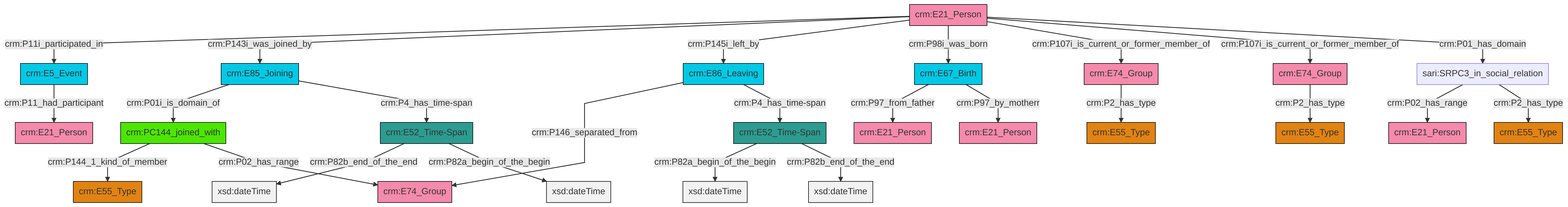
Before: et/personCSV/ttl/mmd/png/Person_Actor_Relations.png, a diagram exported from Mermaid (swiss-art-research-net/docs.swissartresearch). Its source is kept beside it as et/personCSV/ttl/mmd/Person_Actor_Relations.ttl.mmd.
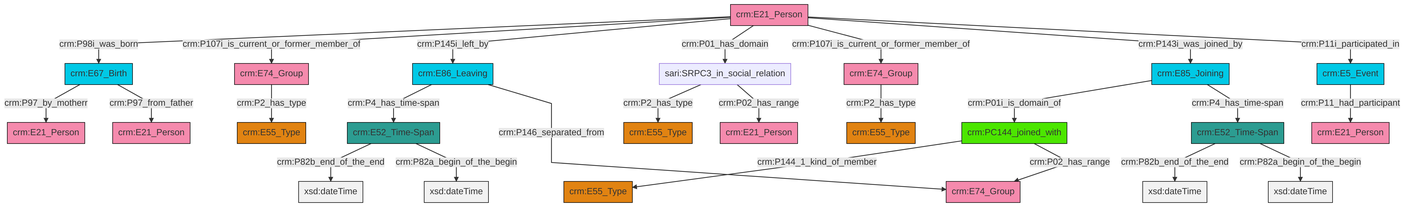
Later version of the same file.

Diff of the diagram source:
```diff
@@ -13,27 +13,27 @@
 classDef PC_Classes fill:#4ce600, stroke:#000000;
 classDef Multi fill:#cccccc,stroke:#000000;
 
-0["crm:E21_Person"]:::Actor -->|crm:P11i_participated_in| 1["crm:E5_Event"]:::Temporal_Entity
-0["crm:E21_Person"]:::Actor -->|crm:P143i_was_joined_by| 6["crm:E85_Joining"]:::Temporal_Entity
-0["crm:E21_Person"]:::Actor -->|crm:P145i_left_by| 7["crm:E86_Leaving"]:::Temporal_Entity
-0["crm:E21_Person"]:::Actor -->|crm:P98i_was_born| 8["crm:E67_Birth"]:::Temporal_Entity
-6["crm:E85_Joining"]:::Temporal_Entity -->|crm:P01i_is_domain_of| 12["crm:PC144_joined_with"]:::PC_Classes
-2["crm:E52_Time-Span"]:::Time-Span -->|crm:P82b_end_of_the_end| 16[xsd:dateTime]:::Literal
-8["crm:E67_Birth"]:::Temporal_Entity -->|crm:P97_from_father| 19["crm:E21_Person"]:::Actor
-25["crm:E74_Group"]:::Actor -->|crm:P2_has_type| 4["crm:E55_Type"]:::Type
-6["crm:E85_Joining"]:::Temporal_Entity -->|crm:P4_has_time-span| 2["crm:E52_Time-Span"]:::Time-Span
-7["crm:E86_Leaving"]:::Temporal_Entity -->|crm:P146_separated_from| 27["crm:E74_Group"]:::Actor
-12["crm:PC144_joined_with"]:::PC_Classes -->|crm:P144_1_kind_of_member| 23["crm:E55_Type"]:::Type
-12["crm:PC144_joined_with"]:::PC_Classes -->|crm:P02_has_range| 27["crm:E74_Group"]:::Actor
-0["crm:E21_Person"]:::Actor -->|crm:P107i_is_current_or_former_member_of| 20["crm:E74_Group"]:::Actor
-35["crm:E52_Time-Span"]:::Time-Span -->|crm:P82a_begin_of_the_begin| 36[xsd:dateTime]:::Literal
-2["crm:E52_Time-Span"]:::Time-Span -->|crm:P82a_begin_of_the_begin| 37[xsd:dateTime]:::Literal
-8["crm:E67_Birth"]:::Temporal_Entity -->|crm:P97_by_motherr| 40["crm:E21_Person"]:::Actor
-0["crm:E21_Person"]:::Actor -->|crm:P107i_is_current_or_former_member_of| 25["crm:E74_Group"]:::Actor
-7["crm:E86_Leaving"]:::Temporal_Entity -->|crm:P4_has_time-span| 35["crm:E52_Time-Span"]:::Time-Span
-35["crm:E52_Time-Span"]:::Time-Span -->|crm:P82b_end_of_the_end| 43[xsd:dateTime]:::Literal
-0["crm:E21_Person"]:::Actor -->|crm:P01_has_domain| 44["sari:SRPC3_in_social_relation"]:::Default
-1["crm:E5_Event"]:::Temporal_Entity -->|crm:P11_had_participant| 10["crm:E21_Person"]:::Actor
-44["sari:SRPC3_in_social_relation"]:::Default -->|crm:P02_has_range| 32["crm:E21_Person"]:::Actor
-44["sari:SRPC3_in_social_relation"]:::Default -->|crm:P2_has_type| 29["crm:E55_Type"]:::Type
-20["crm:E74_Group"]:::Actor -->|crm:P2_has_type| 17["crm:E55_Type"]:::Type
+2["crm:PC144_joined_with"]:::PC_Classes -->|crm:P144_1_kind_of_member| 3["crm:E55_Type"]:::Type
+6["crm:E21_Person"]:::Actor -->|crm:P98i_was_born| 7["crm:E67_Birth"]:::Temporal_Entity
+8["crm:E86_Leaving"]:::Temporal_Entity -->|crm:P4_has_time-span| 9["crm:E52_Time-Span"]:::Time-Span
+13["sari:SRPC3_in_social_relation"]:::Default -->|crm:P2_has_type| 14["crm:E55_Type"]:::Type
+15["crm:E52_Time-Span"]:::Time-Span -->|crm:P82b_end_of_the_end| 16[xsd:dateTime]:::Literal
+19["crm:E74_Group"]:::Actor -->|crm:P2_has_type| 20["crm:E55_Type"]:::Type
+6["crm:E21_Person"]:::Actor -->|crm:P107i_is_current_or_former_member_of| 19["crm:E74_Group"]:::Actor
+6["crm:E21_Person"]:::Actor -->|crm:P145i_left_by| 8["crm:E86_Leaving"]:::Temporal_Entity
+6["crm:E21_Person"]:::Actor -->|crm:P01_has_domain| 13["sari:SRPC3_in_social_relation"]:::Default
+27["crm:E85_Joining"]:::Temporal_Entity -->|crm:P01i_is_domain_of| 2["crm:PC144_joined_with"]:::PC_Classes
+27["crm:E85_Joining"]:::Temporal_Entity -->|crm:P4_has_time-span| 15["crm:E52_Time-Span"]:::Time-Span
+9["crm:E52_Time-Span"]:::Time-Span -->|crm:P82b_end_of_the_end| 28[xsd:dateTime]:::Literal
+6["crm:E21_Person"]:::Actor -->|crm:P107i_is_current_or_former_member_of| 11["crm:E74_Group"]:::Actor
+8["crm:E86_Leaving"]:::Temporal_Entity -->|crm:P146_separated_from| 30["crm:E74_Group"]:::Actor
+25["crm:E5_Event"]:::Temporal_Entity -->|crm:P11_had_participant| 31["crm:E21_Person"]:::Actor
+6["crm:E21_Person"]:::Actor -->|crm:P143i_was_joined_by| 27["crm:E85_Joining"]:::Temporal_Entity
+2["crm:PC144_joined_with"]:::PC_Classes -->|crm:P02_has_range| 30["crm:E74_Group"]:::Actor
+13["sari:SRPC3_in_social_relation"]:::Default -->|crm:P02_has_range| 36["crm:E21_Person"]:::Actor
+15["crm:E52_Time-Span"]:::Time-Span -->|crm:P82a_begin_of_the_begin| 40[xsd:dateTime]:::Literal
+7["crm:E67_Birth"]:::Temporal_Entity -->|crm:P97_by_motherr| 0["crm:E21_Person"]:::Actor
+9["crm:E52_Time-Span"]:::Time-Span -->|crm:P82a_begin_of_the_begin| 41[xsd:dateTime]:::Literal
+7["crm:E67_Birth"]:::Temporal_Entity -->|crm:P97_from_father| 4["crm:E21_Person"]:::Actor
+6["crm:E21_Person"]:::Actor -->|crm:P11i_participated_in| 25["crm:E5_Event"]:::Temporal_Entity
+11["crm:E74_Group"]:::Actor -->|crm:P2_has_type| 22["crm:E55_Type"]:::Type
```
